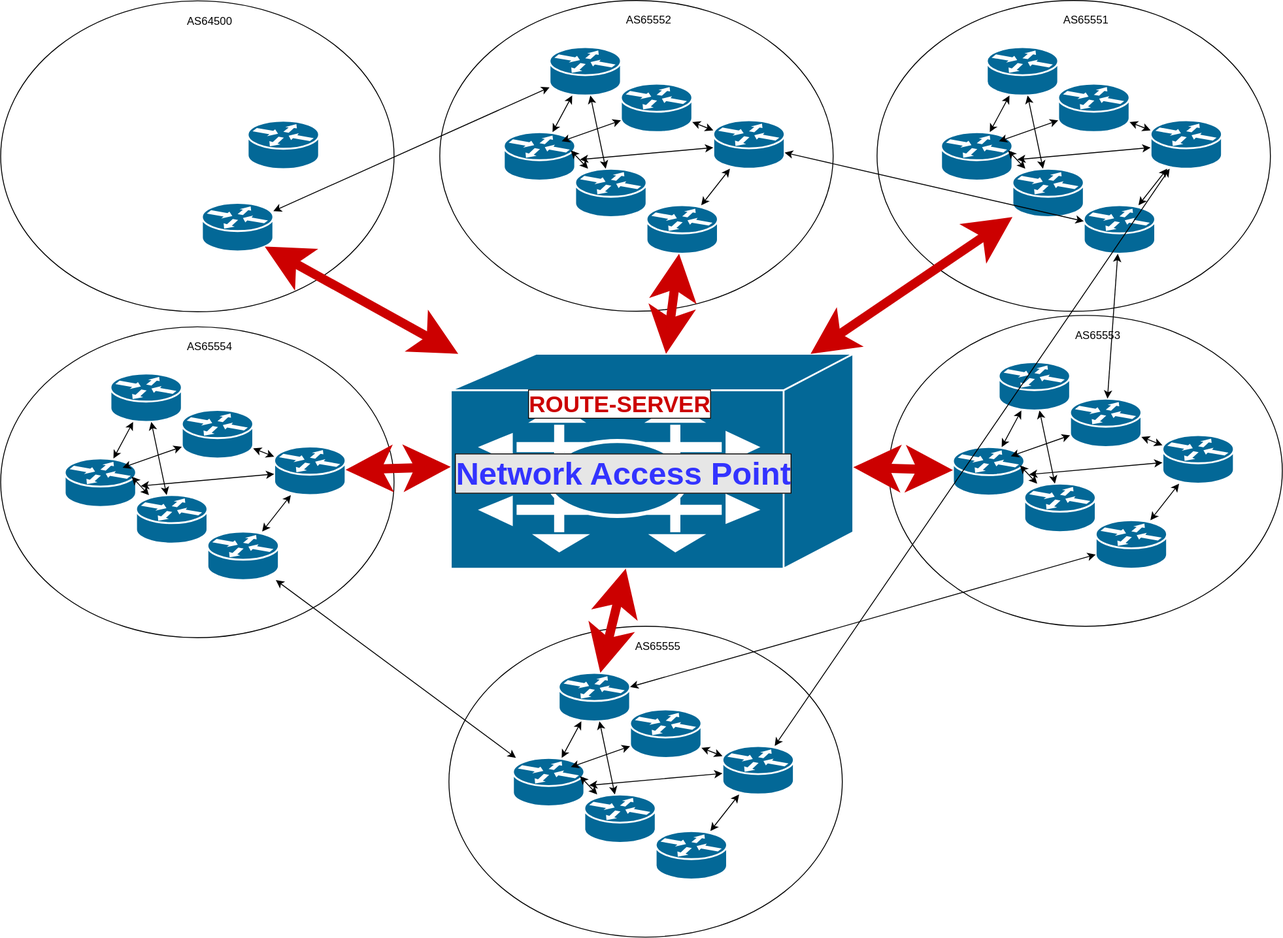
Above: media/BGP_NAP.svg in Peering101/peering101-it.github.io (draw.io), before the change. Source tidied: cells renumbered, new cells last; positions are measured from the earlier drawing's top-left corner, leaving out a move shared by most shapes.
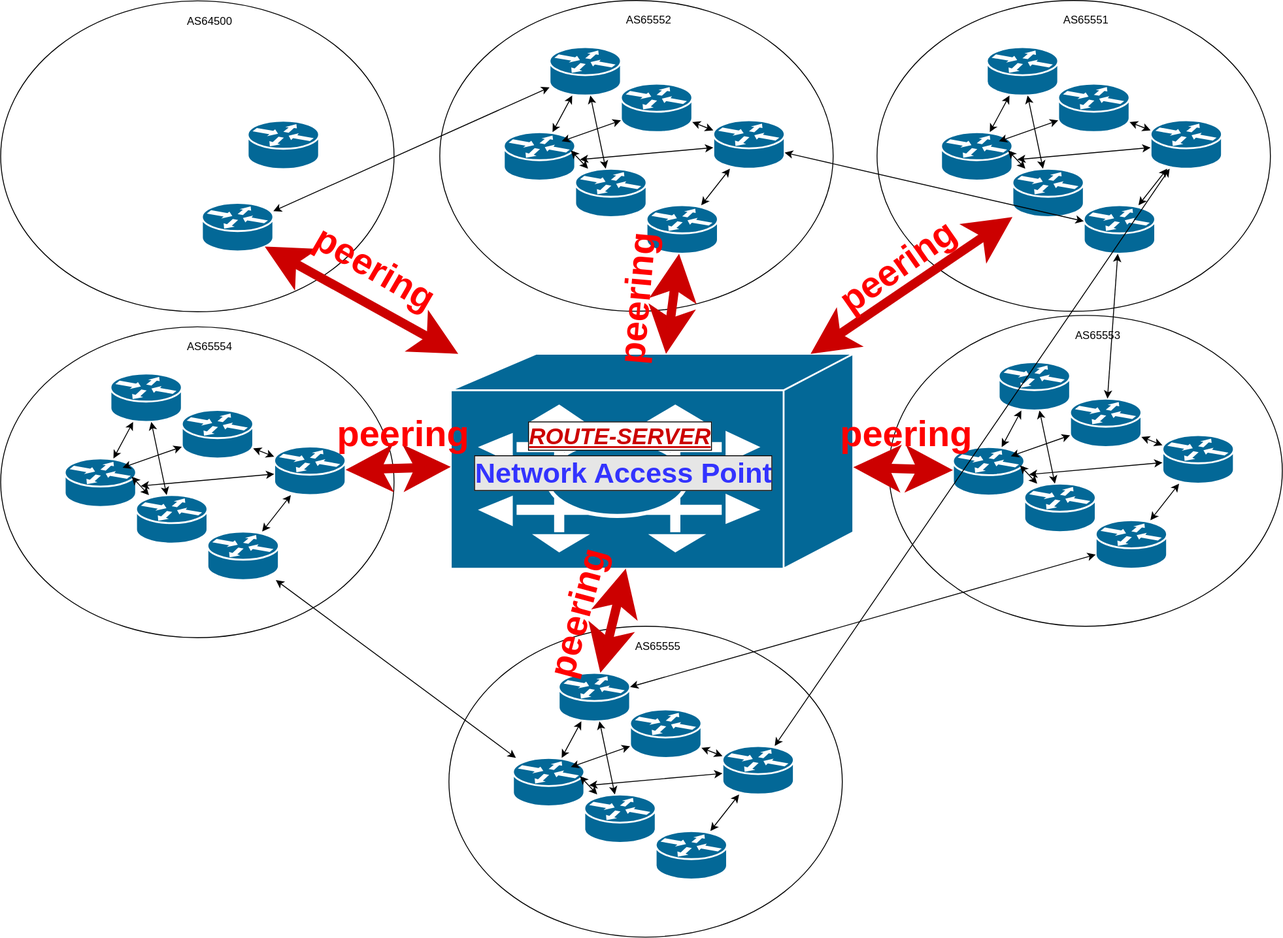
The same file after the commit.

Diff of the diagram source:
```diff
@@ -308,11 +308,29 @@
     <mxCell id="93" style="endArrow=classic;startArrow=classic;html=1;jumpSize=19;strokeWidth=10;endSize=20;startSize=20;jumpStyle=none;comic=0;fillColor=#a20025;strokeColor=#CC0000;" parent="1" edge="1" source="87" target="28">
       <mxGeometry relative="1" as="geometry" />
     </mxCell>
-    <mxCell id="94" value="Network Access Point" style="text;html=1;align=center;verticalAlign=middle;fillColor=none;strokeColor=none;rounded=0;strokeWidth=8;fontSize=35;fontStyle=1;fontColor=#3333FF;labelBorderColor=#000000;labelBackgroundColor=#E6E6E6;" parent="1" vertex="1">
-      <mxGeometry x="492" y="491.5" width="380" height="50" as="geometry" />
+    <mxCell id="94" value="Network Access Point" style="text;html=1;align=center;verticalAlign=middle;fillColor=none;strokeColor=none;rounded=0;strokeWidth=8;fontSize=31;fontStyle=1;fontColor=#3333FF;labelBorderColor=#000000;labelBackgroundColor=#E6E6E6;" parent="1" vertex="1">
+      <mxGeometry x="512" y="496.5" width="340" height="40" as="geometry" />
     </mxCell>
-    <mxCell id="95" value="&lt;font style=&quot;font-size: 25px;&quot;&gt;ROUTE-SERVER&lt;/font&gt;" style="text;html=1;align=center;verticalAlign=middle;fillColor=none;strokeColor=none;rounded=0;strokeWidth=8;fontSize=25;fontStyle=1;fontColor=#CC0000;labelBorderColor=#000000;labelBackgroundColor=#FFFFFF;" parent="1" vertex="1">
-      <mxGeometry x="572" y="421" width="210" height="40" as="geometry" />
+    <mxCell id="95" value="&lt;font style=&quot;font-size: 25px;&quot;&gt;ROUTE-SERVER&lt;/font&gt;" style="text;html=1;align=center;verticalAlign=middle;fillColor=none;strokeColor=none;rounded=0;strokeWidth=8;fontSize=25;fontStyle=7;fontColor=#CC0000;labelBorderColor=#000000;labelBackgroundColor=#FFFFFF;" parent="1" vertex="1">
+      <mxGeometry x="572" y="456" width="210" height="40" as="geometry" />
     </mxCell>
+    <mxCell id="96" value="&lt;font color=&quot;#ff0000&quot; size=&quot;1&quot;&gt;&lt;b style=&quot;font-size: 40px&quot;&gt;peering&lt;br&gt;&lt;/b&gt;&lt;/font&gt;" style="text;html=1;align=center;verticalAlign=middle;fillColor=none;strokeColor=none;rounded=0;rotation=30;" parent="1" vertex="1">
+      <mxGeometry x="330" y="277" width="160" height="30" as="geometry" />
+    </mxCell>
+    <mxCell id="97" value="&lt;font color=&quot;#ff0000&quot; size=&quot;1&quot;&gt;&lt;b style=&quot;font-size: 40px&quot;&gt;peering&lt;br&gt;&lt;/b&gt;&lt;/font&gt;" style="text;html=1;align=center;verticalAlign=middle;fillColor=none;strokeColor=none;rounded=0;rotation=0;" parent="1" vertex="1">
+      <mxGeometry x="360" y="458" width="160" height="30" as="geometry" />
+    </mxCell>
+    <mxCell id="98" value="&lt;font color=&quot;#ff0000&quot; size=&quot;1&quot;&gt;&lt;b style=&quot;font-size: 40px&quot;&gt;peering&lt;br&gt;&lt;/b&gt;&lt;/font&gt;" style="text;html=1;align=center;verticalAlign=middle;fillColor=none;strokeColor=none;rounded=0;rotation=-75;" parent="1" vertex="1">
+      <mxGeometry x="550" y="654.5" width="160" height="30" as="geometry" />
+    </mxCell>
+    <mxCell id="99" value="&lt;font color=&quot;#ff0000&quot; size=&quot;1&quot;&gt;&lt;b style=&quot;font-size: 40px&quot;&gt;peering&lt;br&gt;&lt;/b&gt;&lt;/font&gt;" style="text;html=1;align=center;verticalAlign=middle;fillColor=none;strokeColor=none;rounded=0;rotation=0;" parent="1" vertex="1">
+      <mxGeometry x="910" y="458" width="160" height="30" as="geometry" />
+    </mxCell>
+    <mxCell id="100" value="&lt;font color=&quot;#ff0000&quot; size=&quot;1&quot;&gt;&lt;b style=&quot;font-size: 40px&quot;&gt;peering&lt;br&gt;&lt;/b&gt;&lt;/font&gt;" style="text;html=1;align=center;verticalAlign=middle;fillColor=none;strokeColor=none;rounded=0;rotation=-35;" parent="1" vertex="1">
+      <mxGeometry x="900" y="274.5" width="160" height="30" as="geometry" />
+    </mxCell>
+    <mxCell id="101" value="&lt;font color=&quot;#ff0000&quot; size=&quot;1&quot;&gt;&lt;b style=&quot;font-size: 40px&quot;&gt;peering&lt;br&gt;&lt;/b&gt;&lt;/font&gt;" style="text;html=1;align=center;verticalAlign=middle;fillColor=none;strokeColor=none;rounded=0;rotation=-85;" parent="1" vertex="1">
+      <mxGeometry x="615" y="310.5" width="160" height="30" as="geometry" />
+    </mxCell>
   </root>
 </mxGraphModel>
```
